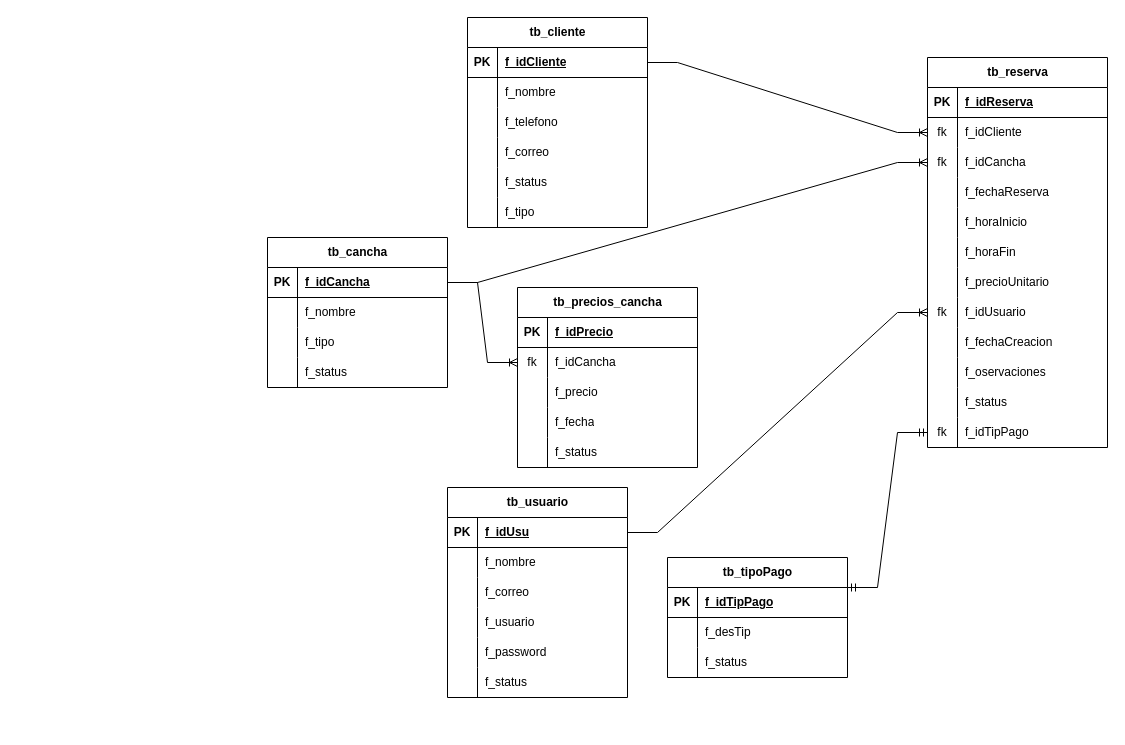
ErnestoDanielTafoyaMolinaCYM/clases-cat-cym keeps this draw.io diagram as CanchasReserva.drawio. Above is the earlier version. Source tidied: cells renumbered, new cells numbered last; positions are measured from the earlier drawing's top-left corner, leaving out a move shared by most shapes. Both pictures are drawn from the tidied source at 100%, with x=0, y=0 at pixel (267, 17).
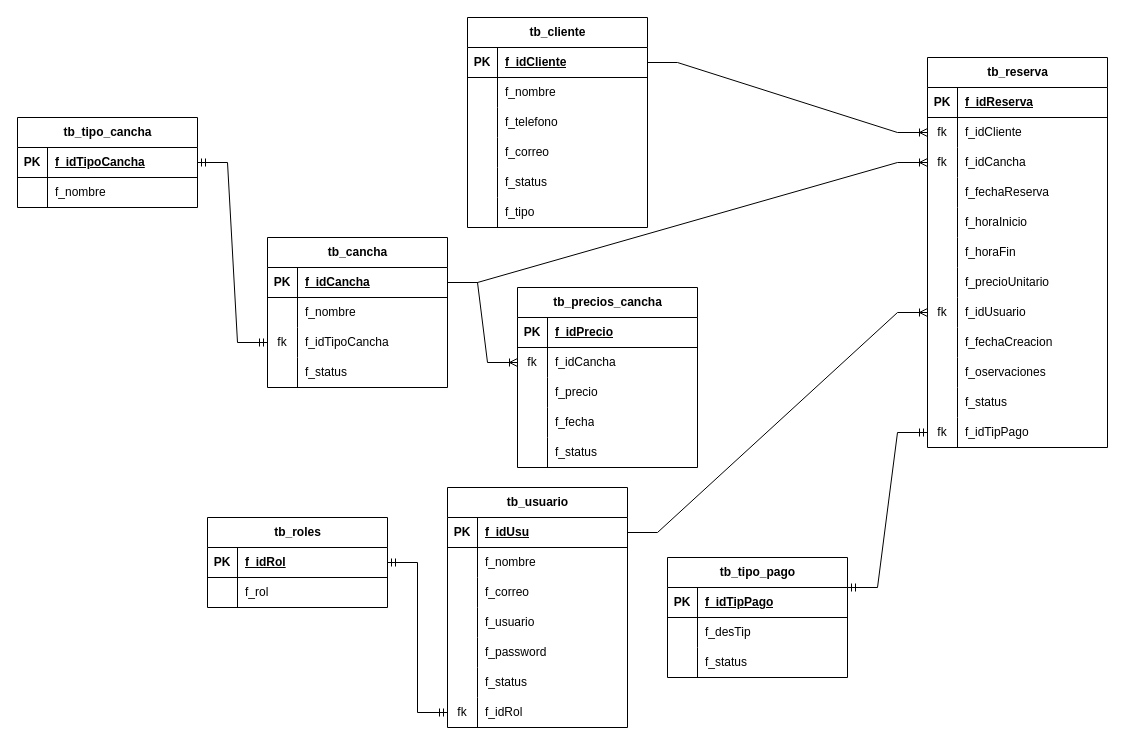
Above is the later version.

Unchanged cells that the change refers to:
```xml
<mxCell id="47" style="shape=tableRow;horizontal=0;startSize=0;swimlaneHead=0;swimlaneBody=0;fillColor=none;points=[[0,0.5],[1,0.5]];portConstraint=eastwest;top=0;left=0;right=0;bottom=0;" parent="40" vertex="1">
  <mxGeometry y="90" width="180" height="30" as="geometry" />
</mxCell>
```

Diff of the diagram source:
```diff
@@
     <mxCell id="2" value="tb_usuario" style="shape=table;startSize=30;childLayout=tableLayout;rowLines=0;fontStyle=1;align=center;html=1;" parent="1" vertex="1">
-      <mxGeometry x="180" y="470" width="180" height="210" as="geometry" />
+      <mxGeometry x="180" y="470" width="180" height="240" as="geometry" />
     </mxCell>
@@
+    <mxCell id="121" style="shape=tableRow;horizontal=0;startSize=0;swimlaneHead=0;swimlaneBody=0;fillColor=none;points=[[0,0.5],[1,0.5]];portConstraint=eastwest;top=0;left=0;right=0;bottom=0;" parent="2" vertex="1">
+      <mxGeometry y="210" width="180" height="30" as="geometry" />
+    </mxCell>
+    <mxCell id="122" value="fk" style="shape=partialRectangle;fillColor=none;top=0;left=0;bottom=0;right=0;overflow=hidden;whiteSpace=wrap;html=1;" parent="121" vertex="1">
+      <mxGeometry width="30" height="30" as="geometry" />
+    </mxCell>
+    <mxCell id="123" value="f_idRol" style="shape=partialRectangle;fillColor=none;top=0;left=0;bottom=0;right=0;align=left;spacingLeft=6;overflow=hidden;whiteSpace=wrap;html=1;" parent="121" vertex="1">
+      <mxGeometry x="30" width="150" height="30" as="geometry" />
+    </mxCell>
@@
-    <mxCell id="48" style="shape=partialRectangle;fillColor=none;top=0;left=0;bottom=0;right=0;overflow=hidden;whiteSpace=wrap;html=1;" parent="47" vertex="1">
+    <mxCell id="48" value="fk" style="shape=partialRectangle;fillColor=none;top=0;left=0;bottom=0;right=0;overflow=hidden;whiteSpace=wrap;html=1;" parent="47" vertex="1">
       <mxGeometry width="30" height="30" as="geometry" />
     </mxCell>
-    <mxCell id="49" value="f_tipo" style="shape=partialRectangle;fillColor=none;top=0;left=0;bottom=0;right=0;align=left;spacingLeft=6;overflow=hidden;whiteSpace=wrap;html=1;" parent="47" vertex="1">
+    <mxCell id="49" value="f_idTipoCancha" style="shape=partialRectangle;fillColor=none;top=0;left=0;bottom=0;right=0;align=left;spacingLeft=6;overflow=hidden;whiteSpace=wrap;html=1;" parent="47" vertex="1">
       <mxGeometry x="30" width="150" height="30" as="geometry" />
     </mxCell>
@@
-    <mxCell id="110" value="tb_tipoPago" style="shape=table;startSize=30;childLayout=tableLayout;rowLines=0;fontStyle=1;align=center;html=1;" parent="1" vertex="1">
+    <mxCell id="110" value="tb_tipo_pago" style="shape=table;startSize=30;childLayout=tableLayout;rowLines=0;fontStyle=1;align=center;html=1;" parent="1" vertex="1">
       <mxGeometry x="400" y="540" width="180" height="120" as="geometry" />
     </mxCell>
@@
+    <mxCell id="124" value="tb_tipo_cancha" style="shape=table;startSize=30;childLayout=tableLayout;rowLines=0;fontStyle=1;align=center;html=1;" parent="1" vertex="1">
+      <mxGeometry x="-250" y="100" width="180" height="90" as="geometry" />
+    </mxCell>
+    <mxCell id="125" style="shape=tableRow;horizontal=0;startSize=0;swimlaneHead=0;swimlaneBody=0;fillColor=none;points=[[0,0.5],[1,0.5]];portConstraint=eastwest;top=0;left=0;right=0;bottom=1;" parent="124" vertex="1">
+      <mxGeometry y="30" width="180" height="30" as="geometry" />
+    </mxCell>
+    <mxCell id="126" value="PK" style="shape=partialRectangle;fillColor=none;top=0;left=0;bottom=0;right=0;fontStyle=1;overflow=hidden;whiteSpace=wrap;html=1;" parent="125" vertex="1">
+      <mxGeometry width="30" height="30" as="geometry" />
+    </mxCell>
+    <mxCell id="127" value="f_idTipoCancha" style="shape=partialRectangle;fillColor=none;top=0;left=0;bottom=0;right=0;align=left;spacingLeft=6;fontStyle=5;overflow=hidden;whiteSpace=wrap;html=1;" parent="125" vertex="1">
+      <mxGeometry x="30" width="150" height="30" as="geometry" />
+    </mxCell>
+    <mxCell id="128" style="shape=tableRow;horizontal=0;startSize=0;swimlaneHead=0;swimlaneBody=0;fillColor=none;top=0;left=0;right=0;bottom=0;" parent="124" vertex="1">
+      <mxGeometry y="60" width="180" height="30" as="geometry" />
+    </mxCell>
+    <mxCell id="129" style="shape=partialRectangle;fillColor=none;top=0;left=0;bottom=0;right=0;overflow=hidden;whiteSpace=wrap;html=1;" parent="128" vertex="1">
+      <mxGeometry width="30" height="30" as="geometry" />
+    </mxCell>
+    <mxCell id="130" value="f_nombre" style="shape=partialRectangle;fillColor=none;top=0;left=0;bottom=0;right=0;align=left;spacingLeft=6;overflow=hidden;whiteSpace=wrap;html=1;" parent="128" vertex="1">
+      <mxGeometry x="30" width="150" height="30" as="geometry" />
+    </mxCell>
+    <mxCell id="131" style="edgeStyle=entityRelationEdgeStyle;fontSize=12;html=1;endArrow=ERmandOne;startArrow=ERmandOne;rounded=0;entryX=1;entryY=0.5;entryDx=0;entryDy=0;exitX=0;exitY=0.5;exitDx=0;exitDy=0;" parent="1" edge="1" source="47" target="125">
+      <mxGeometry relative="1" as="geometry" />
+    </mxCell>
+    <mxCell id="132" value="tb_roles" style="shape=table;startSize=30;childLayout=tableLayout;rowLines=0;fontStyle=1;align=center;html=1;" parent="1" vertex="1">
+      <mxGeometry x="-60" y="500" width="180" height="90" as="geometry" />
+    </mxCell>
+    <mxCell id="133" style="shape=tableRow;horizontal=0;startSize=0;swimlaneHead=0;swimlaneBody=0;fillColor=none;points=[[0,0.5],[1,0.5]];portConstraint=eastwest;top=0;left=0;right=0;bottom=1;" parent="132" vertex="1">
+      <mxGeometry y="30" width="180" height="30" as="geometry" />
+    </mxCell>
+    <mxCell id="134" value="PK" style="shape=partialRectangle;fillColor=none;top=0;left=0;bottom=0;right=0;fontStyle=1;overflow=hidden;whiteSpace=wrap;html=1;" parent="133" vertex="1">
+      <mxGeometry width="30" height="30" as="geometry" />
+    </mxCell>
+    <mxCell id="135" value="f_idRol" style="shape=partialRectangle;fillColor=none;top=0;left=0;bottom=0;right=0;align=left;spacingLeft=6;fontStyle=5;overflow=hidden;whiteSpace=wrap;html=1;" parent="133" vertex="1">
+      <mxGeometry x="30" width="150" height="30" as="geometry" />
+    </mxCell>
+    <mxCell id="136" style="shape=tableRow;horizontal=0;startSize=0;swimlaneHead=0;swimlaneBody=0;fillColor=none;top=0;left=0;right=0;bottom=0;" parent="132" vertex="1">
+      <mxGeometry y="60" width="180" height="30" as="geometry" />
+    </mxCell>
+    <mxCell id="137" style="shape=partialRectangle;fillColor=none;top=0;left=0;bottom=0;right=0;overflow=hidden;whiteSpace=wrap;html=1;" parent="136" vertex="1">
+      <mxGeometry width="30" height="30" as="geometry" />
+    </mxCell>
+    <mxCell id="138" value="f_rol" style="shape=partialRectangle;fillColor=none;top=0;left=0;bottom=0;right=0;align=left;spacingLeft=6;overflow=hidden;whiteSpace=wrap;html=1;" parent="136" vertex="1">
+      <mxGeometry x="30" width="150" height="30" as="geometry" />
+    </mxCell>
+    <mxCell id="139" style="edgeStyle=entityRelationEdgeStyle;fontSize=12;html=1;endArrow=ERmandOne;startArrow=ERmandOne;rounded=0;entryX=1;entryY=0.5;entryDx=0;entryDy=0;exitX=0;exitY=0.5;exitDx=0;exitDy=0;" parent="1" edge="1" source="121" target="133">
+      <mxGeometry relative="1" as="geometry" />
+    </mxCell>
```
